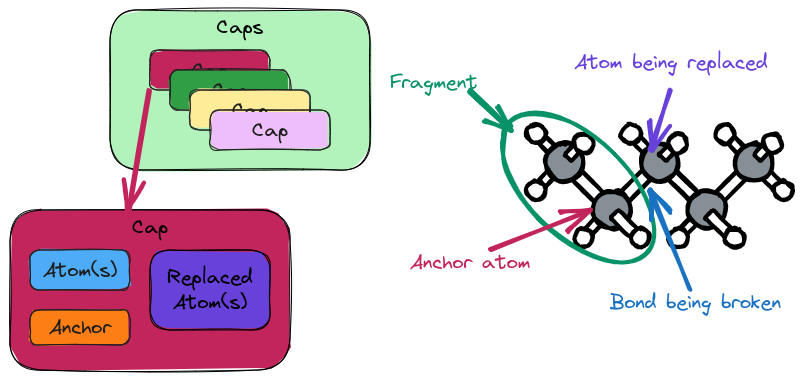
NWChemEx/Chemist keeps this Excalidraw diagram as docs/source/developer/design/chemistry/assets/caps.png. Above is the earlier version. Source tidied: one line per element, renumbered; positions are measured from the earlier drawing's top-left corner, leaving out a move shared by most shapes.
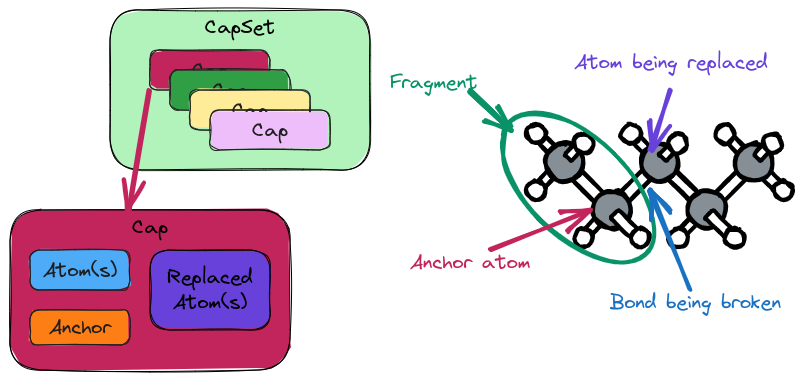
The same file after the commit.

The edit, as a diff of the source:
```diff
@@ -49,7 +49,7 @@
 {"id": 48, "type": "rectangle", "strokeColor": "#000000", "backgroundColor": "#6741d9", "fillStyle": "solid", "strokeWidth": 1, "roughness": 1, "round": true, "x": 140, "y": 240, "width": 120, "height": 80}
 {"id": 49, "type": "text", "text": "Replaced\nAtom(s)", "strokeColor": "#000000", "strokeWidth": 1, "roughness": 1, "fontSize": 20, "fontFamily": 1, "textAlign": "center", "verticalAlign": "middle", "inside": 48, "x": 157, "y": 255, "width": 85, "height": 50}
 {"id": 50, "type": "rectangle", "strokeColor": "#000000", "backgroundColor": "#b2f2bb", "fillStyle": "solid", "strokeWidth": 1, "roughness": 1, "round": true, "x": 100, "y": 0, "width": 260, "height": 160}
-{"id": 51, "type": "text", "text": "Caps", "strokeColor": "#000000", "strokeWidth": 1, "roughness": 1, "fontSize": 20, "fontFamily": 1, "textAlign": "center", "inside": 50, "x": 207, "y": 5, "width": 47, "height": 25}
+{"id": 51, "type": "text", "text": "CapSet", "strokeColor": "#000000", "strokeWidth": 1, "roughness": 1, "fontSize": 20, "fontFamily": 1, "textAlign": "center", "inside": 50, "x": 195, "y": 5, "width": 70, "height": 25}
 {"id": 52, "type": "rectangle", "strokeColor": "#1e1e1e", "backgroundColor": "#c2255c", "fillStyle": "solid", "strokeWidth": 1, "roughness": 1, "round": true, "x": 140, "y": 40, "width": 120, "height": 40}
 {"id": 53, "type": "text", "text": "Cap", "strokeColor": "#1e1e1e", "strokeWidth": 1, "roughness": 1, "fontSize": 20, "fontFamily": 1, "textAlign": "center", "verticalAlign": "middle", "inside": 52, "x": 182, "y": 48, "width": 36, "height": 25}
 {"id": 54, "type": "rectangle", "strokeColor": "#1e1e1e", "backgroundColor": "#2f9e44", "fillStyle": "solid", "strokeWidth": 1, "roughness": 1, "round": true, "x": 160, "y": 60, "width": 120, "height": 40}
```
